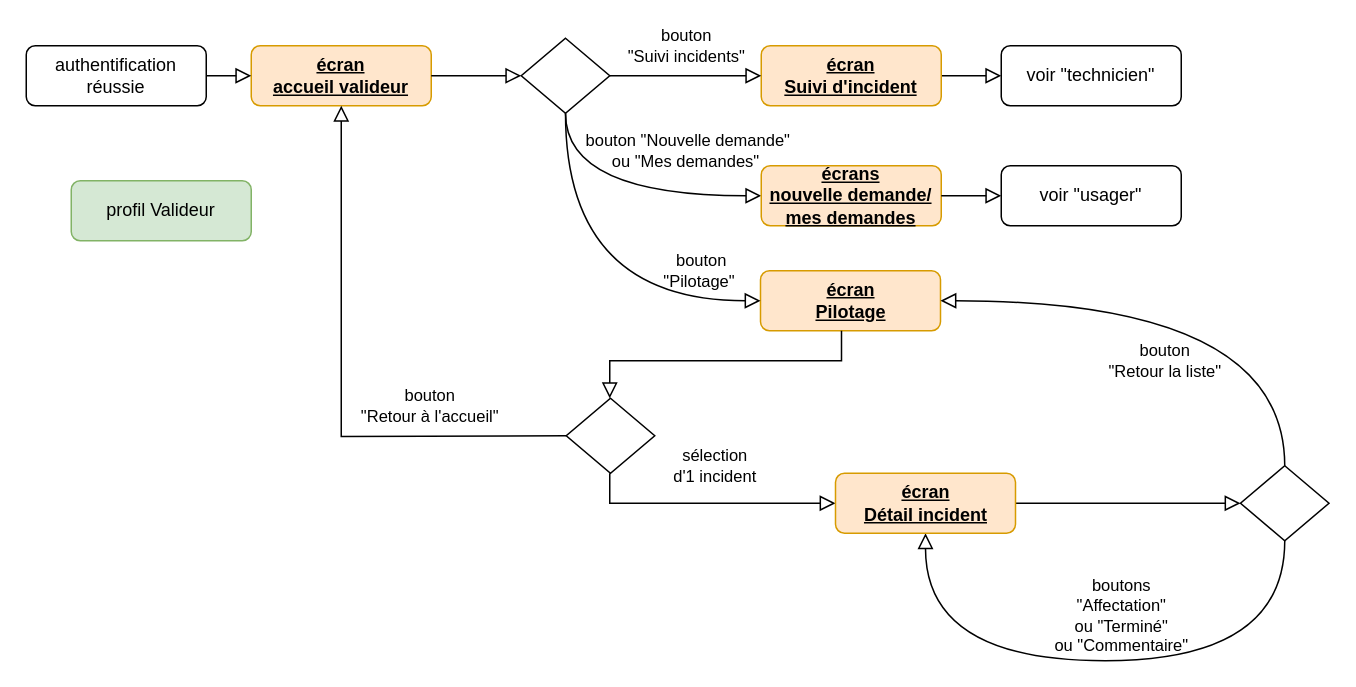
mapette/sos_immo_backend keeps this draw.io diagram as doc/cinématique/valideur.drawio. Above is the earlier version. Source tidied: cells renumbered, new cells numbered last; positions are measured from the earlier drawing's top-left corner, leaving out a move shared by most shapes. Both pictures are drawn from the tidied source at 150%, with x=0, y=0 at pixel (26, 38).
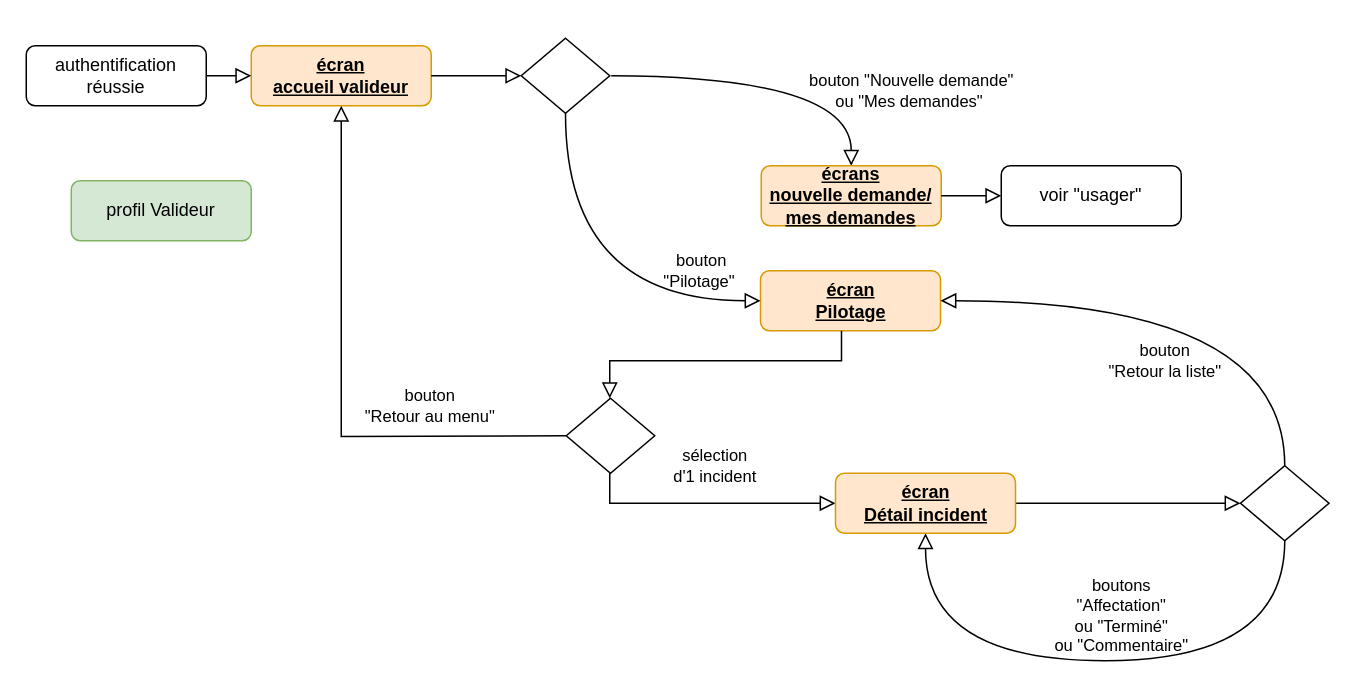
Above is the later version.

Unchanged cells that the change refers to:
```xml
<mxCell id="2" value="&lt;b&gt;&lt;u&gt;écran&lt;br&gt;accueil valideur&lt;/u&gt;&lt;/b&gt;" style="rounded=1;whiteSpace=wrap;html=1;fontSize=12;glass=0;strokeWidth=1;shadow=0;fillColor=#ffe6cc;strokeColor=#d79b00;" parent="1" vertex="1">
  <mxGeometry x="150" y="5" width="120" height="40" as="geometry" />
</mxCell>
<mxCell id="6" value="&lt;b&gt;&lt;u&gt;écrans&lt;br&gt;nouvelle demande/&lt;br&gt;mes demandes&lt;br&gt;&lt;/u&gt;&lt;/b&gt;" style="rounded=1;whiteSpace=wrap;html=1;fontSize=12;glass=0;strokeWidth=1;shadow=0;fillColor=#ffe6cc;strokeColor=#d79b00;" parent="1" vertex="1">
  <mxGeometry x="490" y="85" width="120" height="40" as="geometry" />
</mxCell>
<mxCell id="13" style="rhombus;whiteSpace=wrap;html=1;shadow=0;fontFamily=Helvetica;fontSize=12;align=center;strokeWidth=1;spacing=6;spacingTop=-4;" parent="1" vertex="1">
  <mxGeometry x="330" width="59" height="50" as="geometry" />
</mxCell>
```

What changed in the source:
```diff
@@
-    <mxCell id="3" value="bouton &quot;Nouvelle demande&quot;&lt;br&gt;ou&amp;nbsp;&quot;Mes demandes&quot;&amp;nbsp;" style="rounded=0;html=1;jettySize=auto;fontSize=11;endArrow=block;endFill=0;endSize=8;strokeWidth=1;shadow=0;labelBackgroundColor=none;edgeStyle=orthogonalEdgeStyle;entryX=0;entryY=0.5;entryDx=0;entryDy=0;exitX=0.5;exitY=1;exitDx=0;exitDy=0;curved=1;" parent="1" edge="1" source="13" target="6">
-      <mxGeometry x="0.46" y="30" relative="1" as="geometry">
-        <mxPoint x="1" as="offset" />
+    <mxCell id="3" value="bouton &quot;Nouvelle demande&quot;&lt;br&gt;ou&amp;nbsp;&quot;Mes demandes&quot;&amp;nbsp;" style="rounded=0;html=1;jettySize=auto;fontSize=11;endArrow=block;endFill=0;endSize=8;strokeWidth=1;shadow=0;labelBackgroundColor=none;edgeStyle=orthogonalEdgeStyle;entryX=0.5;entryY=0;entryDx=0;entryDy=0;curved=1;" parent="1" edge="1" target="6">
+      <mxGeometry x="0.55" y="40" relative="1" as="geometry">
+        <mxPoint x="390" y="25" as="sourcePoint" />
       </mxGeometry>
     </mxCell>
@@
-    <mxCell id="9" value="voir &quot;technicien&quot;" style="rounded=1;whiteSpace=wrap;html=1;fontSize=12;glass=0;strokeWidth=1;shadow=0;" parent="1" vertex="1">
-      <mxGeometry x="650" y="5" width="120" height="40" as="geometry" />
-    </mxCell>
-    <mxCell id="10" style="rounded=0;html=1;jettySize=auto;fontSize=11;endArrow=block;endFill=0;endSize=8;strokeWidth=1;shadow=0;labelBackgroundColor=none;edgeStyle=orthogonalEdgeStyle;fontStyle=1;entryX=0;entryY=0.5;entryDx=0;entryDy=0;exitX=1;exitY=0.5;exitDx=0;exitDy=0;" parent="1" edge="1" source="11" target="9">
-      <mxGeometry relative="1" as="geometry" />
-    </mxCell>
-    <mxCell id="11" value="&lt;b&gt;&lt;u&gt;écran&lt;br&gt;Suivi d'incident&lt;br&gt;&lt;/u&gt;&lt;/b&gt;" style="rounded=1;whiteSpace=wrap;html=1;fontSize=12;glass=0;strokeWidth=1;shadow=0;fillColor=#ffe6cc;strokeColor=#d79b00;" parent="1" vertex="1">
-      <mxGeometry x="490" y="5" width="120" height="40" as="geometry" />
-    </mxCell>
-    <mxCell id="12" value="bouton&lt;br&gt;&quot;Suivi incidents&quot;" style="rounded=0;html=1;jettySize=auto;fontSize=11;endArrow=block;endFill=0;endSize=8;strokeWidth=1;shadow=0;labelBackgroundColor=none;edgeStyle=orthogonalEdgeStyle;exitX=1;exitY=0.5;exitDx=0;exitDy=0;" parent="1" edge="1" source="13" target="11">
-      <mxGeometry x="0.01" y="20" relative="1" as="geometry" />
-    </mxCell>
@@
-    <mxCell id="24" value="bouton&lt;br&gt;&quot;Retour à l'accueil&quot;" style="rounded=0;html=1;jettySize=auto;fontSize=11;endArrow=block;endFill=0;endSize=8;strokeWidth=1;shadow=0;labelBackgroundColor=none;edgeStyle=orthogonalEdgeStyle;exitX=0;exitY=0.5;exitDx=0;exitDy=0;entryX=0.5;entryY=1;entryDx=0;entryDy=0;" parent="1" edge="1" target="2">
+    <mxCell id="24" value="bouton&lt;br&gt;&quot;Retour au menu&quot;" style="rounded=0;html=1;jettySize=auto;fontSize=11;endArrow=block;endFill=0;endSize=8;strokeWidth=1;shadow=0;labelBackgroundColor=none;edgeStyle=orthogonalEdgeStyle;exitX=0;exitY=0.5;exitDx=0;exitDy=0;entryX=0.5;entryY=1;entryDx=0;entryDy=0;" parent="1" edge="1" target="2">
       <mxGeometry x="-0.51" y="-20" relative="1" as="geometry">
         <mxPoint x="360" y="265" as="sourcePoint" />
       </mxGeometry>
     </mxCell>
```
